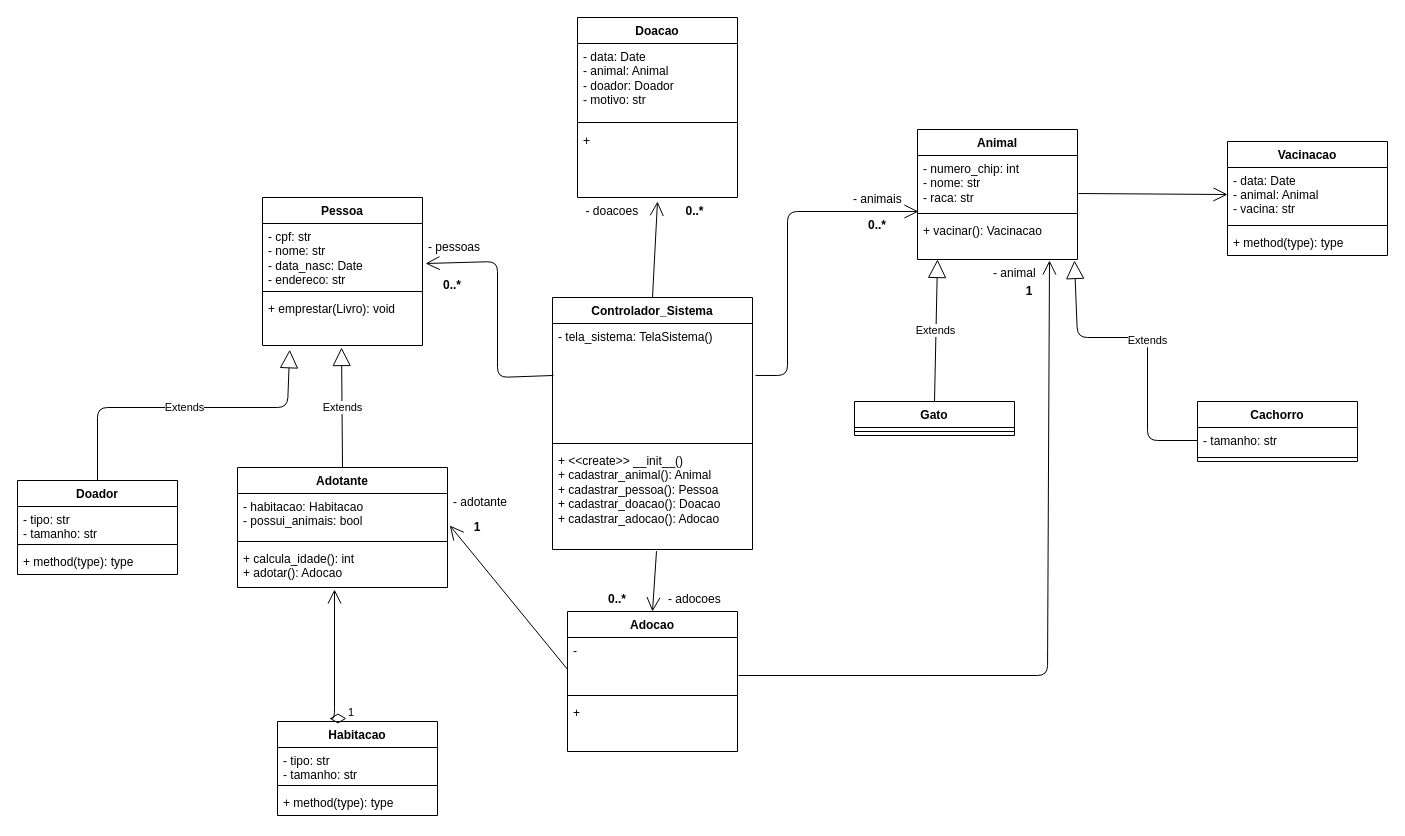
This is AdoçõesONG(Classes).drawio from ChrisBarlera/Trabalho-DSOO1, a draw.io file, before an edit. Source tidied: cells renumbered, new cells numbered last; positions are measured from the earlier drawing's top-left corner, leaving out a move shared by most shapes. Both pictures are drawn from the tidied source at 100%, with x=0, y=0 at pixel (17, 17).
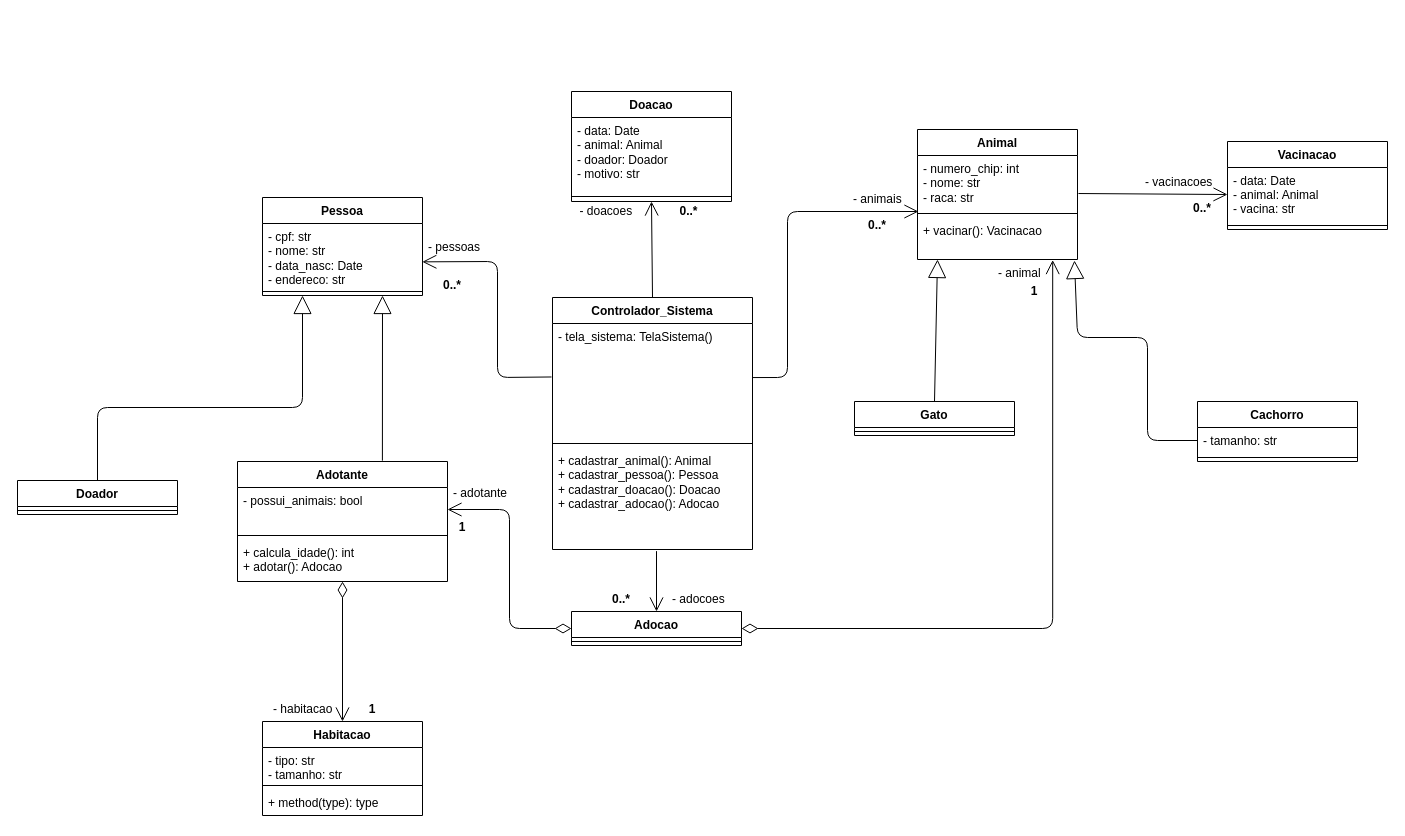
Above is the later version.

Commit message:
Ajustando diagrama de classes

Unchanged cells that the change refers to:
```xml
<mxCell id="2" value="Controlador_Sistema" style="swimlane;fontStyle=1;align=center;verticalAlign=top;horizontal=1;startSize=26;whiteSpace=wrap;html=1;" parent="1" vertex="1">
  <mxGeometry x="535" y="280" width="200" height="252" as="geometry" />
</mxCell>
<mxCell id="3" value="- tela_sistema: TelaSistema()" style="text;strokeColor=none;fillColor=none;align=left;verticalAlign=top;spacingLeft=4;spacingRight=4;overflow=hidden;points=[[0,0.5],[1,0.5]];portConstraint=eastwest;whiteSpace=wrap;html=1;" parent="2" vertex="1">
  <mxGeometry y="26" width="200" height="116" as="geometry" />
</mxCell>
<mxCell id="7" value="- cpf: str&lt;div&gt;- nome: str&lt;br&gt;&lt;/div&gt;&lt;div&gt;- data_nasc: Date&lt;br&gt;&lt;/div&gt;&lt;div&gt;- endereco: str&lt;/div&gt;" style="text;strokeColor=none;fillColor=none;align=left;verticalAlign=top;spacingLeft=4;spacingRight=4;overflow=hidden;points=[[0,0.5],[1,0.5]];portConstraint=eastwest;whiteSpace=wrap;html=1;" parent="6" vertex="1">
  <mxGeometry y="26" width="160" height="64" as="geometry" />
</mxCell>
<mxCell id="19" value="- numero_chip: int&lt;br&gt;- nome: str&lt;br&gt;&lt;div&gt;- raca: str&lt;br&gt;&lt;/div&gt;" style="text;strokeColor=none;fillColor=none;align=left;verticalAlign=top;spacingLeft=4;spacingRight=4;overflow=hidden;points=[[0,0.5],[1,0.5]];portConstraint=eastwest;whiteSpace=wrap;html=1;" parent="18" vertex="1">
  <mxGeometry y="26" width="160" height="54" as="geometry" />
</mxCell>
<mxCell id="21" value="+ vacinar(): Vacinacao" style="text;strokeColor=none;fillColor=none;align=left;verticalAlign=top;spacingLeft=4;spacingRight=4;overflow=hidden;points=[[0,0.5],[1,0.5]];portConstraint=eastwest;whiteSpace=wrap;html=1;" parent="18" vertex="1">
  <mxGeometry y="88" width="160" height="42" as="geometry" />
</mxCell>
<mxCell id="22" value="Gato" style="swimlane;fontStyle=1;align=center;verticalAlign=top;horizontal=1;startSize=26;" parent="1" vertex="1">
  <mxGeometry x="837" y="384" width="160" height="34" as="geometry" />
</mxCell>
<mxCell id="25" value="- tamanho: str" style="text;strokeColor=none;fillColor=none;align=left;verticalAlign=top;spacingLeft=4;spacingRight=4;overflow=hidden;points=[[0,0.5],[1,0.5]];portConstraint=eastwest;" parent="24" vertex="1">
  <mxGeometry y="26" width="160" height="26" as="geometry" />
</mxCell>
<mxCell id="32" value="+ calcula_idade(): int&#10;+ adotar(): Adocao" style="text;strokeColor=none;fillColor=none;align=left;verticalAlign=top;spacingLeft=4;spacingRight=4;overflow=hidden;points=[[0,0.5],[1,0.5]];portConstraint=eastwest;" parent="29" vertex="1">
  <mxGeometry y="78" width="210" height="42" as="geometry" />
</mxCell>
```

Diff of the diagram source:
```diff
@@
-    <mxCell id="5" value="&lt;span style=&quot;&quot;&gt;+ &amp;lt;&amp;lt;create&amp;gt;&amp;gt; __init__()&lt;/span&gt;&lt;br&gt;+ cadastrar_animal(): Animal&amp;nbsp;&lt;br&gt;+ cadastrar_pessoa(): Pessoa&amp;nbsp;&lt;br&gt;+ cadastrar_doacao(): Doacao&lt;br&gt;+ cadastrar_adocao(): Adocao&amp;nbsp;&amp;nbsp;" style="text;strokeColor=none;fillColor=none;align=left;verticalAlign=top;spacingLeft=4;spacingRight=4;overflow=hidden;points=[[0,0.5],[1,0.5]];portConstraint=eastwest;whiteSpace=wrap;html=1;" parent="2" vertex="1">
+    <mxCell id="5" value="+ cadastrar_animal(): Animal&amp;nbsp;&lt;br&gt;+ cadastrar_pessoa(): Pessoa&amp;nbsp;&lt;br&gt;+ cadastrar_doacao(): Doacao&lt;br&gt;+ cadastrar_adocao(): Adocao&amp;nbsp;&amp;nbsp;" style="text;strokeColor=none;fillColor=none;align=left;verticalAlign=top;spacingLeft=4;spacingRight=4;overflow=hidden;points=[[0,0.5],[1,0.5]];portConstraint=eastwest;whiteSpace=wrap;html=1;" parent="2" vertex="1">
       <mxGeometry y="150" width="200" height="102" as="geometry" />
     </mxCell>
     <mxCell id="6" value="Pessoa" style="swimlane;fontStyle=1;align=center;verticalAlign=top;horizontal=1;startSize=26;whiteSpace=wrap;html=1;" parent="1" vertex="1">
-      <mxGeometry x="245" y="180" width="160" height="148" as="geometry" />
+      <mxGeometry x="245" y="180" width="160" height="98" as="geometry" />
     </mxCell>
@@
-    <mxCell id="9" value="+ emprestar(Livro): void" style="text;strokeColor=none;fillColor=none;align=left;verticalAlign=top;spacingLeft=4;spacingRight=4;overflow=hidden;points=[[0,0.5],[1,0.5]];portConstraint=eastwest;whiteSpace=wrap;html=1;" parent="6" vertex="1">
-      <mxGeometry y="98" width="160" height="50" as="geometry" />
-    </mxCell>
     <mxCell id="10" value="Doacao" style="swimlane;fontStyle=1;align=center;verticalAlign=top;horizontal=1;startSize=26;whiteSpace=wrap;html=1;" parent="1" vertex="1">
-      <mxGeometry x="560" width="160" height="180" as="geometry" />
+      <mxGeometry x="554" y="74" width="160" height="110" as="geometry" />
     </mxCell>
@@
-    <mxCell id="13" value="+" style="text;strokeColor=none;fillColor=none;align=left;verticalAlign=top;spacingLeft=4;spacingRight=4;overflow=hidden;points=[[0,0.5],[1,0.5]];portConstraint=eastwest;whiteSpace=wrap;html=1;" parent="10" vertex="1">
-      <mxGeometry y="110" width="160" height="70" as="geometry" />
-    </mxCell>
     <mxCell id="14" value="Adocao" style="swimlane;fontStyle=1;align=center;verticalAlign=top;horizontal=1;startSize=26;whiteSpace=wrap;html=1;" parent="1" vertex="1">
-      <mxGeometry x="550" y="594" width="170" height="140" as="geometry" />
+      <mxGeometry x="554" y="594" width="170" height="34" as="geometry" />
     </mxCell>
-    <mxCell id="15" value="-" style="text;strokeColor=none;fillColor=none;align=left;verticalAlign=top;spacingLeft=4;spacingRight=4;overflow=hidden;points=[[0,0.5],[1,0.5]];portConstraint=eastwest;whiteSpace=wrap;html=1;" parent="14" vertex="1">
-      <mxGeometry y="26" width="170" height="54" as="geometry" />
-    </mxCell>
     <mxCell id="16" style="line;strokeWidth=1;fillColor=none;align=left;verticalAlign=middle;spacingTop=-1;spacingLeft=3;spacingRight=3;labelPosition=right;strokeColor=inherit;" parent="14" vertex="1">
-      <mxGeometry y="80" width="170" height="8" as="geometry" />
+      <mxGeometry y="26" width="170" height="8" as="geometry" />
     </mxCell>
-    <mxCell id="17" value="&lt;div&gt;+&lt;/div&gt;" style="text;strokeColor=none;fillColor=none;align=left;verticalAlign=top;spacingLeft=4;spacingRight=4;overflow=hidden;whiteSpace=wrap;html=1;" parent="14" vertex="1">
-      <mxGeometry y="88" width="170" height="52" as="geometry" />
-    </mxCell>
@@
-    <mxCell id="27" value="Extends" style="endArrow=block;endSize=16;endFill=0;html=1;exitX=0.5;exitY=0;exitDx=0;exitDy=0;entryX=0.125;entryY=1;entryDx=0;entryDy=0;entryPerimeter=0;" parent="1" edge="1" source="22" target="21">
+    <mxCell id="27" style="endArrow=block;endSize=16;endFill=0;html=1;exitX=0.5;exitY=0;exitDx=0;exitDy=0;entryX=0.125;entryY=1;entryDx=0;entryDy=0;entryPerimeter=0;" parent="1" edge="1" source="22" target="21">
       <mxGeometry relative="1" as="geometry" />
     </mxCell>
-    <mxCell id="28" value="Extends" style="endArrow=block;endSize=16;endFill=0;html=1;exitX=0;exitY=0.5;exitDx=0;exitDy=0;entryX=0.981;entryY=1.024;entryDx=0;entryDy=0;entryPerimeter=0;" parent="1" edge="1" source="25" target="21">
+    <mxCell id="28" style="endArrow=block;endSize=16;endFill=0;html=1;exitX=0;exitY=0.5;exitDx=0;exitDy=0;entryX=0.981;entryY=1.024;entryDx=0;entryDy=0;entryPerimeter=0;" parent="1" edge="1" source="25" target="21">
       <mxGeometry relative="1" as="geometry">
         <Array as="points">
           <mxPoint x="1130" y="423" />
           <mxPoint x="1130" y="320" />
           <mxPoint x="1060" y="320" />
         </Array>
       </mxGeometry>
     </mxCell>
     <mxCell id="29" value="Adotante" style="swimlane;fontStyle=1;align=center;verticalAlign=top;horizontal=1;startSize=26;" parent="1" vertex="1">
-      <mxGeometry x="220" y="450" width="210" height="120" as="geometry" />
+      <mxGeometry x="220" y="444" width="210" height="120" as="geometry" />
     </mxCell>
-    <mxCell id="30" value="- habitacao: Habitacao&#10;- possui_animais: bool" style="text;strokeColor=none;fillColor=none;align=left;verticalAlign=top;spacingLeft=4;spacingRight=4;overflow=hidden;points=[[0,0.5],[1,0.5]];portConstraint=eastwest;" parent="29" vertex="1">
+    <mxCell id="30" value="- possui_animais: bool" style="text;strokeColor=none;fillColor=none;align=left;verticalAlign=top;spacingLeft=4;spacingRight=4;overflow=hidden;points=[[0,0.5],[1,0.5]];portConstraint=eastwest;" parent="29" vertex="1">
       <mxGeometry y="26" width="210" height="44" as="geometry" />
     </mxCell>
@@
-    <mxCell id="33" value="Extends" style="endArrow=block;endSize=16;endFill=0;html=1;exitX=0.5;exitY=0;exitDx=0;exitDy=0;entryX=0.494;entryY=1.04;entryDx=0;entryDy=0;entryPerimeter=0;" parent="1" edge="1" source="29" target="9">
+    <mxCell id="33" style="endArrow=block;endSize=16;endFill=0;html=1;exitX=0.69;exitY=-0.007;exitDx=0;exitDy=0;entryX=0.75;entryY=1;entryDx=0;entryDy=0;exitPerimeter=0;" parent="1" edge="1" source="29" target="6">
       <mxGeometry relative="1" as="geometry" />
     </mxCell>
     <mxCell id="34" value="Vacinacao" style="swimlane;fontStyle=1;align=center;verticalAlign=top;horizontal=1;startSize=26;" parent="1" vertex="1">
-      <mxGeometry x="1210" y="124" width="160" height="114" as="geometry" />
+      <mxGeometry x="1210" y="124" width="160" height="88" as="geometry" />
     </mxCell>
@@
-    <mxCell id="37" value="+ method(type): type" style="text;strokeColor=none;fillColor=none;align=left;verticalAlign=top;spacingLeft=4;spacingRight=4;overflow=hidden;" parent="34" vertex="1">
-      <mxGeometry y="88" width="160" height="26" as="geometry" />
-    </mxCell>
@@
     <mxCell id="39" value="- animal" style="text;strokeColor=none;fillColor=none;align=left;verticalAlign=top;spacingLeft=4;spacingRight=4;overflow=hidden;" parent="1" vertex="1">
-      <mxGeometry x="970" y="242" width="57" height="26" as="geometry" />
+      <mxGeometry x="975" y="242" width="57" height="26" as="geometry" />
     </mxCell>
     <mxCell id="40" value="Habitacao" style="swimlane;fontStyle=1;align=center;verticalAlign=top;horizontal=1;startSize=26;" parent="1" vertex="1">
-      <mxGeometry x="260" y="704" width="160" height="94" as="geometry" />
+      <mxGeometry x="245" y="704" width="160" height="94" as="geometry" />
     </mxCell>
@@
     <mxCell id="44" value="Doador" style="swimlane;fontStyle=1;align=center;verticalAlign=top;horizontal=1;startSize=26;" parent="1" vertex="1">
-      <mxGeometry y="463" width="160" height="94" as="geometry" />
+      <mxGeometry y="463" width="160" height="34" as="geometry" />
     </mxCell>
-    <mxCell id="45" value="- tipo: str&#10;- tamanho: str" style="text;strokeColor=none;fillColor=none;align=left;verticalAlign=top;spacingLeft=4;spacingRight=4;overflow=hidden;" parent="44" vertex="1">
-      <mxGeometry y="26" width="160" height="34" as="geometry" />
-    </mxCell>
     <mxCell id="46" style="line;strokeWidth=1;fillColor=none;align=left;verticalAlign=middle;spacingTop=-1;spacingLeft=3;spacingRight=3;labelPosition=right;strokeColor=inherit;" parent="44" vertex="1">
-      <mxGeometry y="60" width="160" height="8" as="geometry" />
+      <mxGeometry y="26" width="160" height="8" as="geometry" />
     </mxCell>
-    <mxCell id="47" value="+ method(type): type" style="text;strokeColor=none;fillColor=none;align=left;verticalAlign=top;spacingLeft=4;spacingRight=4;overflow=hidden;" parent="44" vertex="1">
-      <mxGeometry y="68" width="160" height="26" as="geometry" />
-    </mxCell>
-    <mxCell id="48" style="endArrow=open;endFill=1;endSize=12;html=1;exitX=1.015;exitY=0.448;exitDx=0;exitDy=0;exitPerimeter=0;entryX=0.006;entryY=1.037;entryDx=0;entryDy=0;entryPerimeter=0;" parent="1" edge="1" source="3" target="19">
+    <mxCell id="48" style="endArrow=open;endFill=1;endSize=12;html=1;entryX=0.006;entryY=1.037;entryDx=0;entryDy=0;entryPerimeter=0;exitX=0.999;exitY=0.466;exitDx=0;exitDy=0;exitPerimeter=0;" parent="1" edge="1" source="3" target="19">
       <mxGeometry relative="1" as="geometry">
         <Array as="points">
-          <mxPoint x="770" y="358" />
+          <mxPoint x="770" y="360" />
           <mxPoint x="770" y="194" />
         </Array>
       </mxGeometry>
     </mxCell>
@@
-    <mxCell id="51" value="Extends" style="endArrow=block;endSize=16;endFill=0;html=1;exitX=0.5;exitY=0;exitDx=0;exitDy=0;entryX=0.17;entryY=1.085;entryDx=0;entryDy=0;entryPerimeter=0;" parent="1" edge="1" source="44" target="9">
+    <mxCell id="51" style="endArrow=block;endSize=16;endFill=0;html=1;exitX=0.5;exitY=0;exitDx=0;exitDy=0;entryX=0.25;entryY=1;entryDx=0;entryDy=0;" parent="1" edge="1" source="44" target="6">
       <mxGeometry relative="1" as="geometry">
         <Array as="points">
           <mxPoint x="80" y="390" />
-          <mxPoint x="270" y="390" />
+          <mxPoint x="285" y="390" />
         </Array>
       </mxGeometry>
     </mxCell>
-    <mxCell id="52" style="endArrow=open;endFill=1;endSize=12;html=1;entryX=1.019;entryY=0.625;entryDx=0;entryDy=0;entryPerimeter=0;exitX=0.005;exitY=0.448;exitDx=0;exitDy=0;exitPerimeter=0;" parent="1" edge="1" source="3" target="7">
+    <mxCell id="52" style="endArrow=open;endFill=1;endSize=12;html=1;entryX=0.999;entryY=0.599;entryDx=0;entryDy=0;entryPerimeter=0;exitX=-0.005;exitY=0.461;exitDx=0;exitDy=0;exitPerimeter=0;" parent="1" edge="1" source="3" target="7">
       <mxGeometry relative="1" as="geometry">
         <Array as="points">
           <mxPoint x="480" y="360" />
           <mxPoint x="480" y="244" />
         </Array>
       </mxGeometry>
     </mxCell>
@@
-    <mxCell id="55" style="endArrow=open;endFill=1;endSize=12;html=1;entryX=0.5;entryY=1.057;entryDx=0;entryDy=0;entryPerimeter=0;exitX=0.5;exitY=0;exitDx=0;exitDy=0;exitPerimeter=0;" parent="1" edge="1" source="2" target="13">
-      <mxGeometry relative="1" as="geometry" />
+    <mxCell id="55" style="endArrow=open;endFill=1;endSize=12;html=1;entryX=0.5;entryY=1.057;entryDx=0;entryDy=0;entryPerimeter=0;exitX=0.5;exitY=0;exitDx=0;exitDy=0;exitPerimeter=0;" parent="1" edge="1" source="2">
+      <mxGeometry relative="1" as="geometry">
+        <mxPoint x="634" y="184" as="targetPoint" />
+      </mxGeometry>
     </mxCell>
@@
     <mxCell id="57" value="- adocoes" style="text;strokeColor=none;fillColor=none;align=left;verticalAlign=top;spacingLeft=4;spacingRight=4;overflow=hidden;" parent="1" vertex="1">
-      <mxGeometry x="645" y="568" width="75" height="26" as="geometry" />
+      <mxGeometry x="649" y="568" width="75" height="26" as="geometry" />
     </mxCell>
     <mxCell id="58" value="0..*" style="text;align=center;fontStyle=1;verticalAlign=middle;spacingLeft=3;spacingRight=3;strokeColor=none;" parent="1" vertex="1">
-      <mxGeometry x="560" y="568" width="80" height="26" as="geometry" />
+      <mxGeometry x="564" y="568" width="80" height="26" as="geometry" />
     </mxCell>
     <mxCell id="59" value="0..*" style="text;align=center;fontStyle=1;verticalAlign=middle;spacingLeft=3;spacingRight=3;strokeColor=none;" parent="1" vertex="1">
-      <mxGeometry x="637.5" y="180" width="80" height="26" as="geometry" />
+      <mxGeometry x="631.5" y="180" width="80" height="26" as="geometry" />
     </mxCell>
     <mxCell id="60" value="- doacoes" style="text;strokeColor=none;fillColor=none;align=left;verticalAlign=top;spacingLeft=4;spacingRight=4;overflow=hidden;" parent="1" vertex="1">
-      <mxGeometry x="562.5" y="180" width="75" height="26" as="geometry" />
+      <mxGeometry x="556.5" y="180" width="75" height="26" as="geometry" />
     </mxCell>
     <mxCell id="61" value="1" style="text;align=center;fontStyle=1;verticalAlign=middle;spacingLeft=3;spacingRight=3;strokeColor=none;" parent="1" vertex="1">
-      <mxGeometry x="997" y="260" width="30" height="26" as="geometry" />
+      <mxGeometry x="1002" y="260" width="30" height="26" as="geometry" />
     </mxCell>
-    <mxCell id="62" value="1" style="endArrow=open;html=1;endSize=12;startArrow=diamondThin;startSize=14;startFill=0;edgeStyle=orthogonalEdgeStyle;align=left;verticalAlign=bottom;exitX=0.431;exitY=-0.032;exitDx=0;exitDy=0;exitPerimeter=0;entryX=0.462;entryY=1.048;entryDx=0;entryDy=0;entryPerimeter=0;" parent="1" edge="1" source="40" target="32">
-      <mxGeometry x="-1" y="3" relative="1" as="geometry">
-        <Array as="points">
-          <mxPoint x="317" y="701" />
-        </Array>
-      </mxGeometry>
-    </mxCell>
-    <mxCell id="63" style="endArrow=open;endFill=1;endSize=12;html=1;exitX=1.006;exitY=0.704;exitDx=0;exitDy=0;exitPerimeter=0;entryX=0.825;entryY=1.024;entryDx=0;entryDy=0;entryPerimeter=0;" parent="1" edge="1" source="15" target="21">
-      <mxGeometry relative="1" as="geometry">
-        <Array as="points">
-          <mxPoint x="1030" y="658" />
-        </Array>
-      </mxGeometry>
-    </mxCell>
-    <mxCell id="64" style="endArrow=open;endFill=1;endSize=12;html=1;exitX=0.002;exitY=0.597;exitDx=0;exitDy=0;exitPerimeter=0;entryX=1.011;entryY=0.727;entryDx=0;entryDy=0;entryPerimeter=0;" parent="1" edge="1" source="15" target="30">
-      <mxGeometry relative="1" as="geometry" />
-    </mxCell>
     <mxCell id="65" value="- adotante" style="text;strokeColor=none;fillColor=none;align=left;verticalAlign=top;spacingLeft=4;spacingRight=4;overflow=hidden;" parent="1" vertex="1">
-      <mxGeometry x="430" y="471" width="75" height="26" as="geometry" />
+      <mxGeometry x="430" y="462" width="75" height="26" as="geometry" />
     </mxCell>
     <mxCell id="66" value="1" style="text;align=center;fontStyle=1;verticalAlign=middle;spacingLeft=3;spacingRight=3;strokeColor=none;" parent="1" vertex="1">
-      <mxGeometry x="445" y="497" width="30" height="23" as="geometry" />
+      <mxGeometry x="430" y="497" width="30" height="23" as="geometry" />
     </mxCell>
+    <mxCell id="67" style="endArrow=open;html=1;endSize=12;startArrow=diamondThin;startSize=14;startFill=0;edgeStyle=orthogonalEdgeStyle;align=left;verticalAlign=bottom;exitX=0;exitY=0.5;exitDx=0;exitDy=0;entryX=1;entryY=0.5;entryDx=0;entryDy=0;" parent="1" edge="1" source="14" target="30">
+      <mxGeometry x="-1" y="3" relative="1" as="geometry" />
+    </mxCell>
+    <mxCell id="68" style="endArrow=open;html=1;endSize=12;startArrow=diamondThin;startSize=14;startFill=0;edgeStyle=orthogonalEdgeStyle;align=left;verticalAlign=bottom;exitX=1;exitY=0.5;exitDx=0;exitDy=0;entryX=0.845;entryY=1.013;entryDx=0;entryDy=0;entryPerimeter=0;" parent="1" edge="1" source="14" target="21">
+      <mxGeometry x="-1" y="3" relative="1" as="geometry" />
+    </mxCell>
+    <mxCell id="69" value="- vacinacoes" style="text;strokeColor=none;fillColor=none;align=left;verticalAlign=top;spacingLeft=4;spacingRight=4;overflow=hidden;" parent="1" vertex="1">
+      <mxGeometry x="1122" y="151" width="80" height="26" as="geometry" />
+    </mxCell>
+    <mxCell id="70" value="0..*" style="text;align=center;fontStyle=1;verticalAlign=middle;spacingLeft=3;spacingRight=3;strokeColor=none;" parent="1" vertex="1">
+      <mxGeometry x="1160" y="177" width="50" height="26" as="geometry" />
+    </mxCell>
+    <mxCell id="71" style="endArrow=open;html=1;endSize=12;startArrow=diamondThin;startSize=14;startFill=0;edgeStyle=orthogonalEdgeStyle;align=left;verticalAlign=bottom;exitX=0.5;exitY=1;exitDx=0;exitDy=0;entryX=0.5;entryY=0;entryDx=0;entryDy=0;" parent="1" edge="1" source="29" target="40">
+      <mxGeometry x="-1" y="3" relative="1" as="geometry" />
+    </mxCell>
+    <mxCell id="72" value="- habitacao" style="text;strokeColor=none;fillColor=none;align=left;verticalAlign=top;spacingLeft=4;spacingRight=4;overflow=hidden;" parent="1" vertex="1">
+      <mxGeometry x="250" y="678" width="75" height="26" as="geometry" />
+    </mxCell>
+    <mxCell id="62" value="1" style="text;align=center;fontStyle=1;verticalAlign=middle;spacingLeft=3;spacingRight=3;strokeColor=none;" parent="1" vertex="1">
+      <mxGeometry x="340" y="679.5" width="30" height="23" as="geometry" />
+    </mxCell>
```
